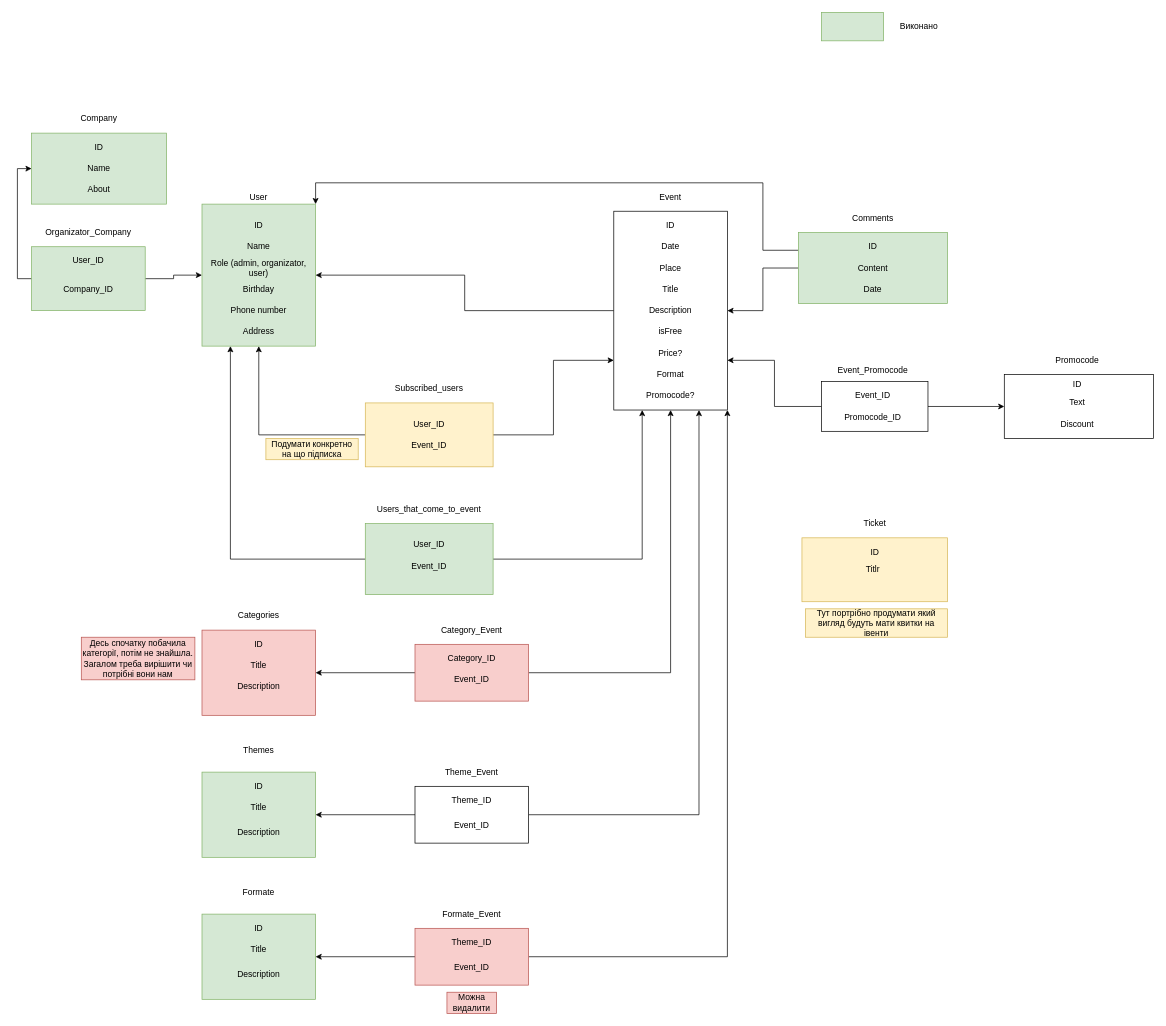
Above: server/database/DB_Diagram_TMP.drawio in GudKsen/uevent (draw.io), before the change. Source tidied: cells renumbered, new cells numbered last; positions are measured from the earlier drawing's top-left corner, leaving out a move shared by most shapes. Both pictures are drawn from the tidied source at 71%, with x=0, y=0 at pixel (31, 12).
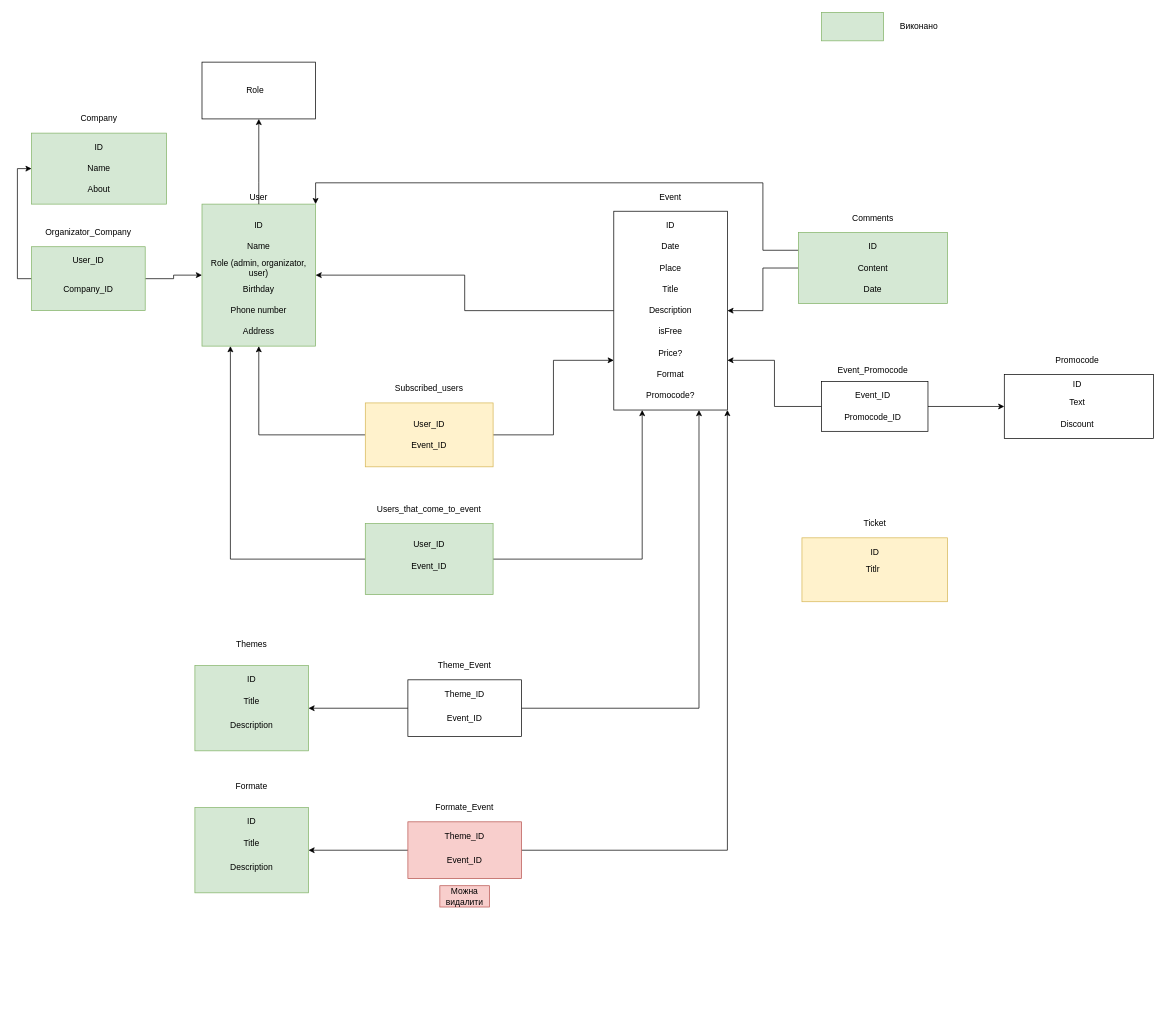
Above is the later version.

Unchanged cells that the change refers to:
```xml
<mxCell id="10" style="rounded=0;whiteSpace=wrap;html=1;" parent="1" vertex="1">
  <mxGeometry x="820" y="280" width="160" height="280" as="geometry" />
</mxCell>
<mxCell id="11" value="User" style="text;html=1;strokeColor=none;fillColor=none;align=center;verticalAlign=middle;whiteSpace=wrap;rounded=0;" parent="1" vertex="1">
  <mxGeometry x="300" y="250" width="40" height="20" as="geometry" />
</mxCell>
```

The edit, as a diff of the source:
```diff
@@
+    <mxCell id="107" style="edgeStyle=orthogonalEdgeStyle;rounded=0;jettySize=auto;html=1;exitX=0.5;exitY=1;exitDx=0;exitDy=0;entryX=0.5;entryY=1;entryDx=0;entryDy=0;" parent="1" edge="1" source="11" target="108">
+      <mxGeometry relative="1" as="geometry">
+        <Array as="points">
+          <mxPoint x="320" y="240" />
+          <mxPoint x="320" y="240" />
+        </Array>
+      </mxGeometry>
+    </mxCell>
@@
-    <mxCell id="21" style="rounded=0;whiteSpace=wrap;html=1;fillColor=#f8cecc;strokeColor=#b85450;" parent="1" vertex="1">
-      <mxGeometry x="240" y="870" width="160" height="120" as="geometry" />
-    </mxCell>
-    <mxCell id="22" value="Categories" style="text;html=1;strokeColor=none;fillColor=none;align=center;verticalAlign=middle;whiteSpace=wrap;rounded=0;" parent="1" vertex="1">
-      <mxGeometry x="280" y="840" width="80" height="20" as="geometry" />
-    </mxCell>
-    <mxCell id="23" value="ID" style="text;html=1;strokeColor=none;fillColor=none;align=center;verticalAlign=middle;whiteSpace=wrap;rounded=0;" parent="1" vertex="1">
-      <mxGeometry x="300" y="880" width="40" height="20" as="geometry" />
-    </mxCell>
-    <mxCell id="24" value="Title" style="text;html=1;strokeColor=none;fillColor=none;align=center;verticalAlign=middle;whiteSpace=wrap;rounded=0;" parent="1" vertex="1">
-      <mxGeometry x="300" y="910" width="40" height="20" as="geometry" />
-    </mxCell>
-    <mxCell id="25" value="Description" style="text;html=1;strokeColor=none;fillColor=none;align=center;verticalAlign=middle;whiteSpace=wrap;rounded=0;" parent="1" vertex="1">
-      <mxGeometry x="290" y="940" width="60" height="20" as="geometry" />
-    </mxCell>
-    <mxCell id="26" style="edgeStyle=orthogonalEdgeStyle;rounded=0;jettySize=auto;html=1;exitX=0;exitY=0.5;exitDx=0;exitDy=0;entryX=1;entryY=0.5;entryDx=0;entryDy=0;" parent="1" edge="1" source="28" target="21">
-      <mxGeometry relative="1" as="geometry" />
-    </mxCell>
-    <mxCell id="27" style="edgeStyle=orthogonalEdgeStyle;rounded=0;jettySize=auto;html=1;exitX=1;exitY=0.5;exitDx=0;exitDy=0;entryX=0.5;entryY=1;entryDx=0;entryDy=0;" parent="1" edge="1" source="28" target="10">
-      <mxGeometry relative="1" as="geometry" />
-    </mxCell>
-    <mxCell id="28" style="rounded=0;whiteSpace=wrap;html=1;fillColor=#f8cecc;strokeColor=#b85450;" parent="1" vertex="1">
-      <mxGeometry x="540" y="890" width="160" height="80" as="geometry" />
-    </mxCell>
-    <mxCell id="29" value="Category_Event" style="text;html=1;strokeColor=none;fillColor=none;align=center;verticalAlign=middle;whiteSpace=wrap;rounded=0;" parent="1" vertex="1">
-      <mxGeometry x="570" y="860" width="100" height="20" as="geometry" />
-    </mxCell>
-    <mxCell id="30" value="Category_ID" style="text;html=1;strokeColor=none;fillColor=none;align=center;verticalAlign=middle;whiteSpace=wrap;rounded=0;" parent="1" vertex="1">
-      <mxGeometry x="570" y="900" width="100" height="20" as="geometry" />
-    </mxCell>
-    <mxCell id="31" value="Event_ID" style="text;html=1;strokeColor=none;fillColor=none;align=center;verticalAlign=middle;whiteSpace=wrap;rounded=0;" parent="1" vertex="1">
-      <mxGeometry x="600" y="930" width="40" height="20" as="geometry" />
-    </mxCell>
     <mxCell id="32" style="rounded=0;whiteSpace=wrap;html=1;fillColor=#d5e8d4;strokeColor=#82b366;" parent="1" vertex="1">
-      <mxGeometry x="240" y="1070" width="160" height="120" as="geometry" />
+      <mxGeometry x="230" y="920" width="160" height="120" as="geometry" />
     </mxCell>
     <mxCell id="33" value="Themes" style="text;html=1;strokeColor=none;fillColor=none;align=center;verticalAlign=middle;whiteSpace=wrap;rounded=0;" parent="1" vertex="1">
-      <mxGeometry x="300" y="1030" width="40" height="20" as="geometry" />
+      <mxGeometry x="290" y="880" width="40" height="20" as="geometry" />
     </mxCell>
     <mxCell id="34" value="ID" style="text;html=1;strokeColor=none;fillColor=none;align=center;verticalAlign=middle;whiteSpace=wrap;rounded=0;" parent="1" vertex="1">
-      <mxGeometry x="300" y="1080" width="40" height="20" as="geometry" />
+      <mxGeometry x="290" y="930" width="40" height="20" as="geometry" />
     </mxCell>
     <mxCell id="35" value="Title" style="text;html=1;strokeColor=none;fillColor=none;align=center;verticalAlign=middle;whiteSpace=wrap;rounded=0;" parent="1" vertex="1">
-      <mxGeometry x="300" y="1110" width="40" height="20" as="geometry" />
+      <mxGeometry x="290" y="960" width="40" height="20" as="geometry" />
     </mxCell>
     <mxCell id="36" value="Description" style="text;html=1;strokeColor=none;fillColor=none;align=center;verticalAlign=middle;whiteSpace=wrap;rounded=0;" parent="1" vertex="1">
-      <mxGeometry x="300" y="1145" width="40" height="20" as="geometry" />
+      <mxGeometry x="290" y="995" width="40" height="20" as="geometry" />
     </mxCell>
@@
     <mxCell id="39" style="rounded=0;whiteSpace=wrap;html=1;" parent="1" vertex="1">
-      <mxGeometry x="540" y="1090" width="160" height="80" as="geometry" />
+      <mxGeometry x="530" y="940" width="160" height="80" as="geometry" />
     </mxCell>
     <mxCell id="40" value="Theme_Event" style="text;html=1;strokeColor=none;fillColor=none;align=center;verticalAlign=middle;whiteSpace=wrap;rounded=0;" parent="1" vertex="1">
-      <mxGeometry x="600" y="1060" width="40" height="20" as="geometry" />
+      <mxGeometry x="590" y="910" width="40" height="20" as="geometry" />
     </mxCell>
     <mxCell id="41" value="Theme_ID" style="text;html=1;strokeColor=none;fillColor=none;align=center;verticalAlign=middle;whiteSpace=wrap;rounded=0;" parent="1" vertex="1">
-      <mxGeometry x="600" y="1100" width="40" height="20" as="geometry" />
+      <mxGeometry x="590" y="950" width="40" height="20" as="geometry" />
     </mxCell>
     <mxCell id="42" value="Event_ID" style="text;html=1;strokeColor=none;fillColor=none;align=center;verticalAlign=middle;whiteSpace=wrap;rounded=0;" parent="1" vertex="1">
-      <mxGeometry x="600" y="1135" width="40" height="20" as="geometry" />
+      <mxGeometry x="590" y="985" width="40" height="20" as="geometry" />
     </mxCell>
@@
     <mxCell id="79" style="rounded=0;whiteSpace=wrap;html=1;fillColor=#d5e8d4;strokeColor=#82b366;" parent="1" vertex="1">
-      <mxGeometry x="240" y="1270" width="160" height="120" as="geometry" />
+      <mxGeometry x="230" y="1120" width="160" height="120" as="geometry" />
     </mxCell>
     <mxCell id="80" value="Formate" style="text;html=1;strokeColor=none;fillColor=none;align=center;verticalAlign=middle;whiteSpace=wrap;rounded=0;" parent="1" vertex="1">
-      <mxGeometry x="300" y="1230" width="40" height="20" as="geometry" />
+      <mxGeometry x="290" y="1080" width="40" height="20" as="geometry" />
     </mxCell>
     <mxCell id="81" value="ID" style="text;html=1;strokeColor=none;fillColor=none;align=center;verticalAlign=middle;whiteSpace=wrap;rounded=0;" parent="1" vertex="1">
-      <mxGeometry x="300" y="1280" width="40" height="20" as="geometry" />
+      <mxGeometry x="290" y="1130" width="40" height="20" as="geometry" />
     </mxCell>
     <mxCell id="82" value="Title" style="text;html=1;strokeColor=none;fillColor=none;align=center;verticalAlign=middle;whiteSpace=wrap;rounded=0;" parent="1" vertex="1">
-      <mxGeometry x="300" y="1310" width="40" height="20" as="geometry" />
+      <mxGeometry x="290" y="1160" width="40" height="20" as="geometry" />
     </mxCell>
     <mxCell id="83" value="Description" style="text;html=1;strokeColor=none;fillColor=none;align=center;verticalAlign=middle;whiteSpace=wrap;rounded=0;" parent="1" vertex="1">
-      <mxGeometry x="300" y="1345" width="40" height="20" as="geometry" />
+      <mxGeometry x="290" y="1195" width="40" height="20" as="geometry" />
     </mxCell>
@@
     <mxCell id="86" style="rounded=0;whiteSpace=wrap;html=1;fillColor=#f8cecc;strokeColor=#b85450;" parent="1" vertex="1">
-      <mxGeometry x="540" y="1290" width="160" height="80" as="geometry" />
+      <mxGeometry x="530" y="1140" width="160" height="80" as="geometry" />
     </mxCell>
     <mxCell id="87" value="Formate_Event" style="text;html=1;strokeColor=none;fillColor=none;align=center;verticalAlign=middle;whiteSpace=wrap;rounded=0;" parent="1" vertex="1">
-      <mxGeometry x="600" y="1260" width="40" height="20" as="geometry" />
+      <mxGeometry x="590" y="1110" width="40" height="20" as="geometry" />
     </mxCell>
     <mxCell id="88" value="Theme_ID" style="text;html=1;strokeColor=none;fillColor=none;align=center;verticalAlign=middle;whiteSpace=wrap;rounded=0;" parent="1" vertex="1">
-      <mxGeometry x="600" y="1300" width="40" height="20" as="geometry" />
+      <mxGeometry x="590" y="1150" width="40" height="20" as="geometry" />
     </mxCell>
     <mxCell id="89" value="Event_ID" style="text;html=1;strokeColor=none;fillColor=none;align=center;verticalAlign=middle;whiteSpace=wrap;rounded=0;" parent="1" vertex="1">
-      <mxGeometry x="600" y="1335" width="40" height="20" as="geometry" />
+      <mxGeometry x="590" y="1185" width="40" height="20" as="geometry" />
     </mxCell>
@@
-    <mxCell id="101" value="Тут портрібно продумати який вигляд будуть мати квитки на івенти" style="text;html=1;strokeColor=#d6b656;fillColor=#fff2cc;align=center;verticalAlign=middle;whiteSpace=wrap;rounded=0;" parent="1" vertex="1">
-      <mxGeometry x="1090" y="840" width="200" height="40" as="geometry" />
-    </mxCell>
-    <mxCell id="102" value="Десь спочатку побачила категорії, потім не знайшла. Загалом треба вирішити чи потрібні вони нам" style="text;html=1;strokeColor=#b85450;fillColor=#f8cecc;align=center;verticalAlign=middle;whiteSpace=wrap;rounded=0;" parent="1" vertex="1">
-      <mxGeometry x="70" y="880" width="160" height="60" as="geometry" />
-    </mxCell>
-    <mxCell id="103" value="Подумати конкретно на що підписка" style="text;html=1;strokeColor=#d6b656;fillColor=#fff2cc;align=center;verticalAlign=middle;whiteSpace=wrap;rounded=0;" parent="1" vertex="1">
-      <mxGeometry x="330" y="600" width="130" height="30" as="geometry" />
-    </mxCell>
@@
     <mxCell id="106" value="Можна видалити" style="text;html=1;strokeColor=#b85450;fillColor=#f8cecc;align=center;verticalAlign=middle;whiteSpace=wrap;rounded=0;" parent="1" vertex="1">
-      <mxGeometry x="585" y="1380" width="70" height="30" as="geometry" />
+      <mxGeometry x="575" y="1230" width="70" height="30" as="geometry" />
     </mxCell>
+    <mxCell id="108" style="rounded=0;whiteSpace=wrap;html=1;" parent="1" vertex="1">
+      <mxGeometry x="240" y="70" width="160" height="80" as="geometry" />
+    </mxCell>
+    <mxCell id="109" value="Role&lt;br&gt;" style="text;html=1;strokeColor=none;fillColor=none;align=center;verticalAlign=middle;whiteSpace=wrap;rounded=0;" parent="1" vertex="1">
+      <mxGeometry x="290" y="100" width="50" height="20" as="geometry" />
+    </mxCell>
```
